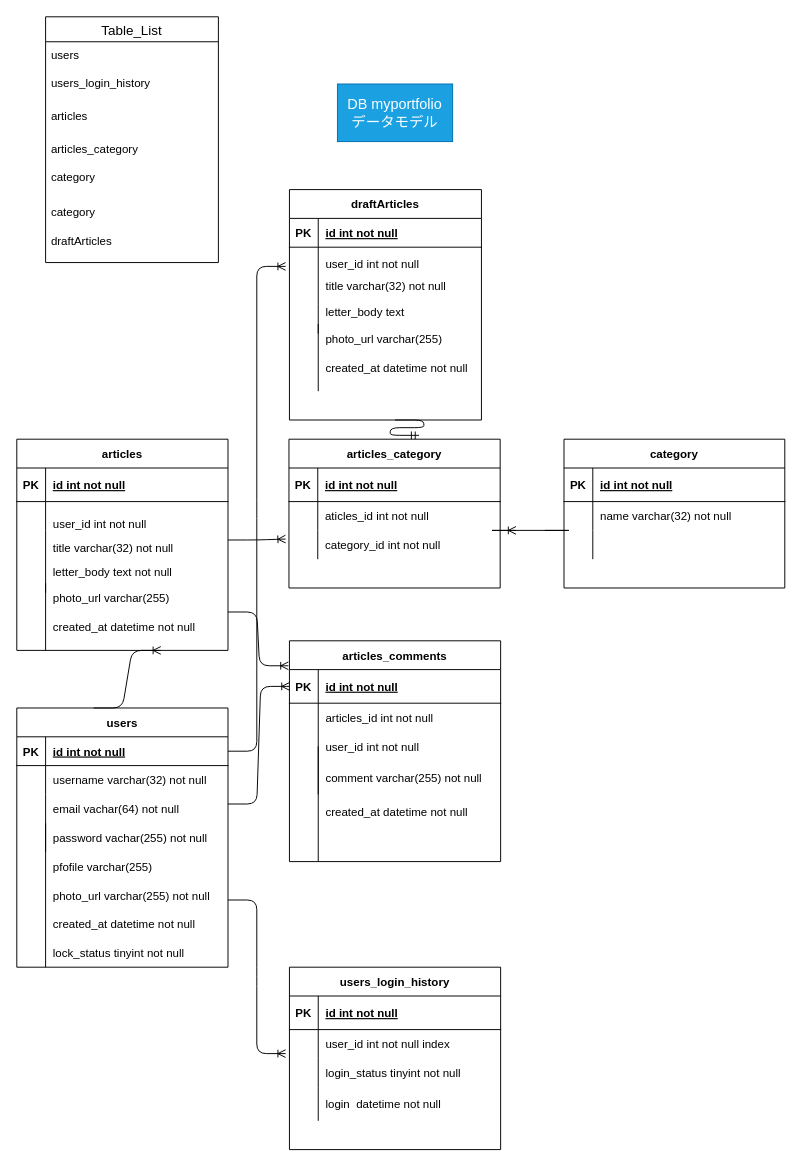
Earlier version of the draw.io diagram db.dio (hirohana/technologypost-backend). Source tidied: cells renumbered, new cells numbered last; positions are measured from the earlier drawing's top-left corner, leaving out a move shared by most shapes. Both pictures are drawn from the tidied source at 96%, with x=0, y=0 at pixel (16, 16).
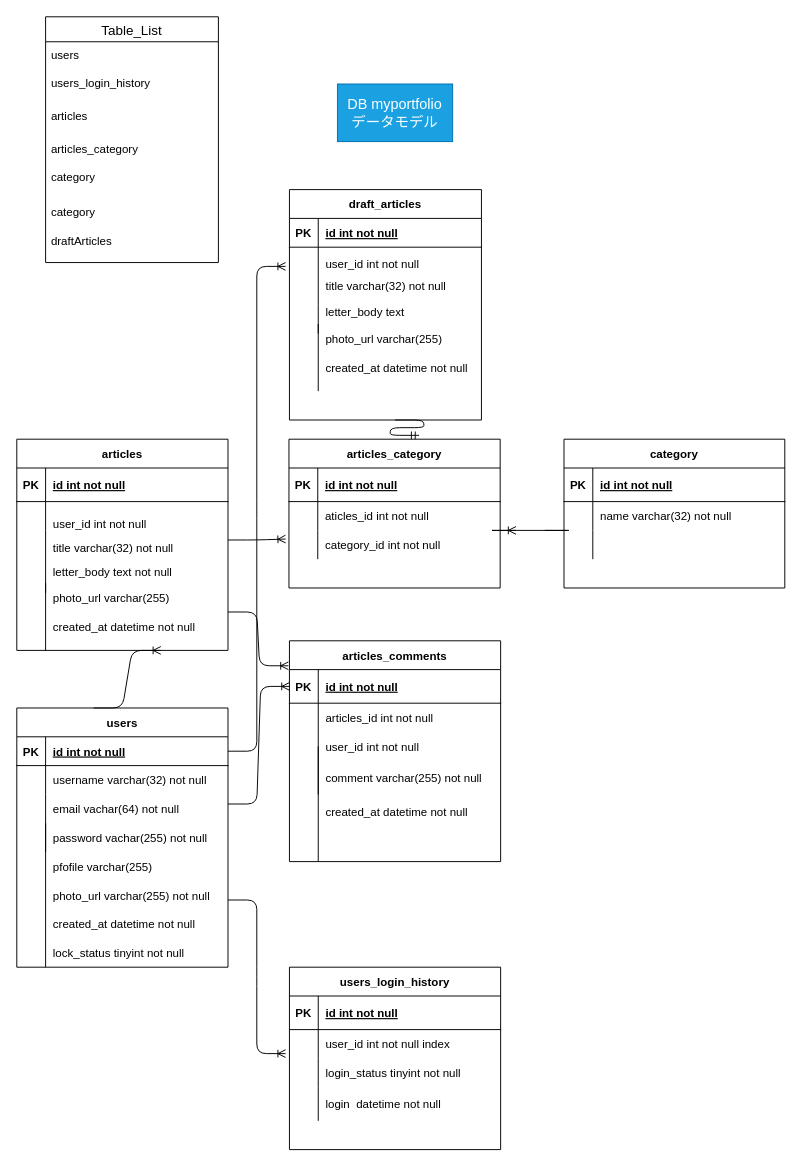
The same diagram, later.

The edit, as a diff of the source:
```diff
@@
-    <mxCell id="107" value="draftArticles" style="shape=table;startSize=30;childLayout=tableLayout;rowLines=0;fontStyle=1;align=center;" parent="1" vertex="1">
+    <mxCell id="107" value="draft_articles" style="shape=table;startSize=30;childLayout=tableLayout;rowLines=0;fontStyle=1;align=center;" parent="1" vertex="1">
       <mxGeometry x="284" y="180" width="200" height="240" as="geometry" />
     </mxCell>
```
